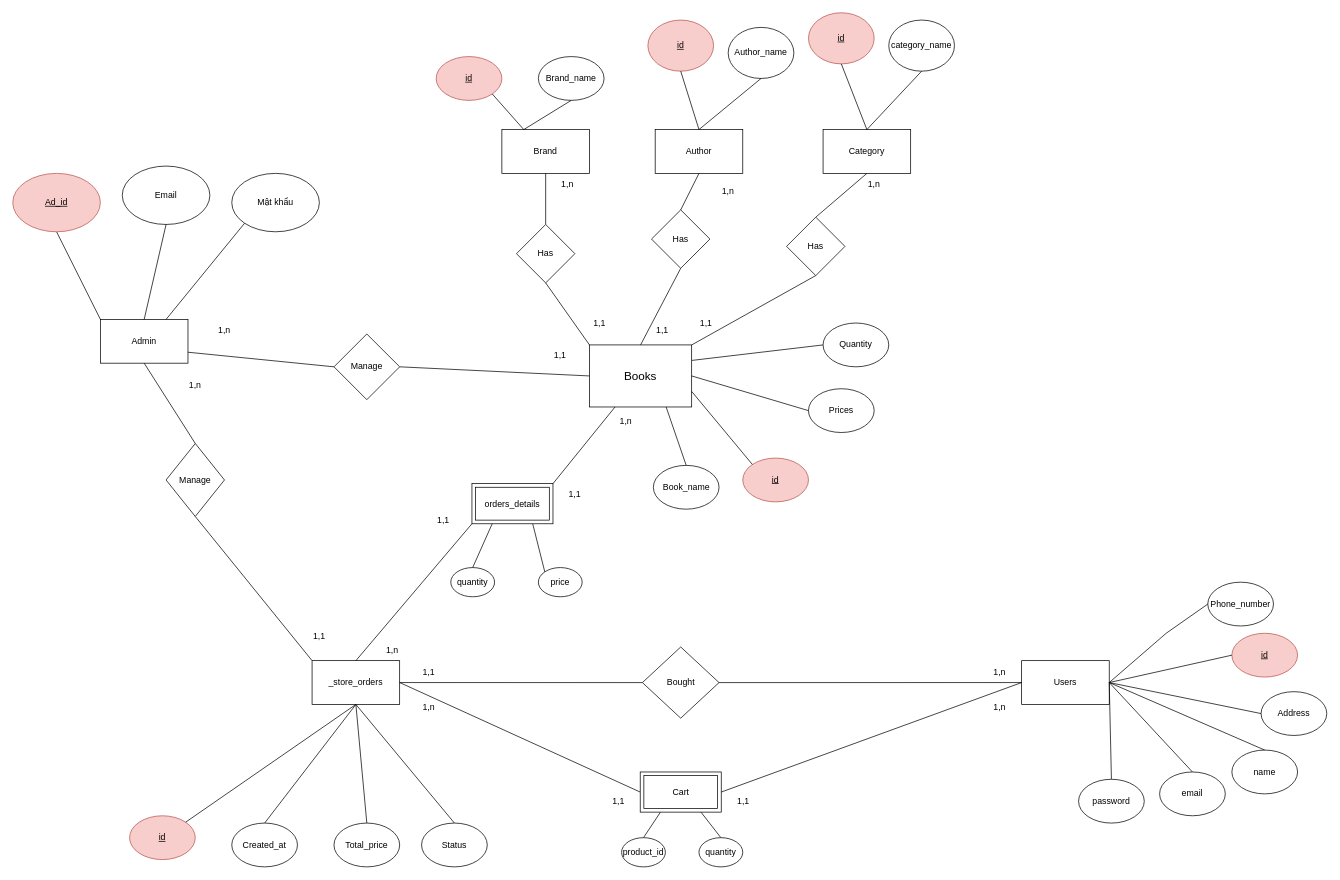
This is Bookprj.drawio from khanh8603/khanh8603, a draw.io file, before an edit. Source tidied: cells renumbered, new cells numbered last; positions are measured from the earlier drawing's top-left corner, leaving out a move shared by most shapes. Both pictures are drawn from the tidied source at 73%, with x=0, y=0 at pixel (12, 12).
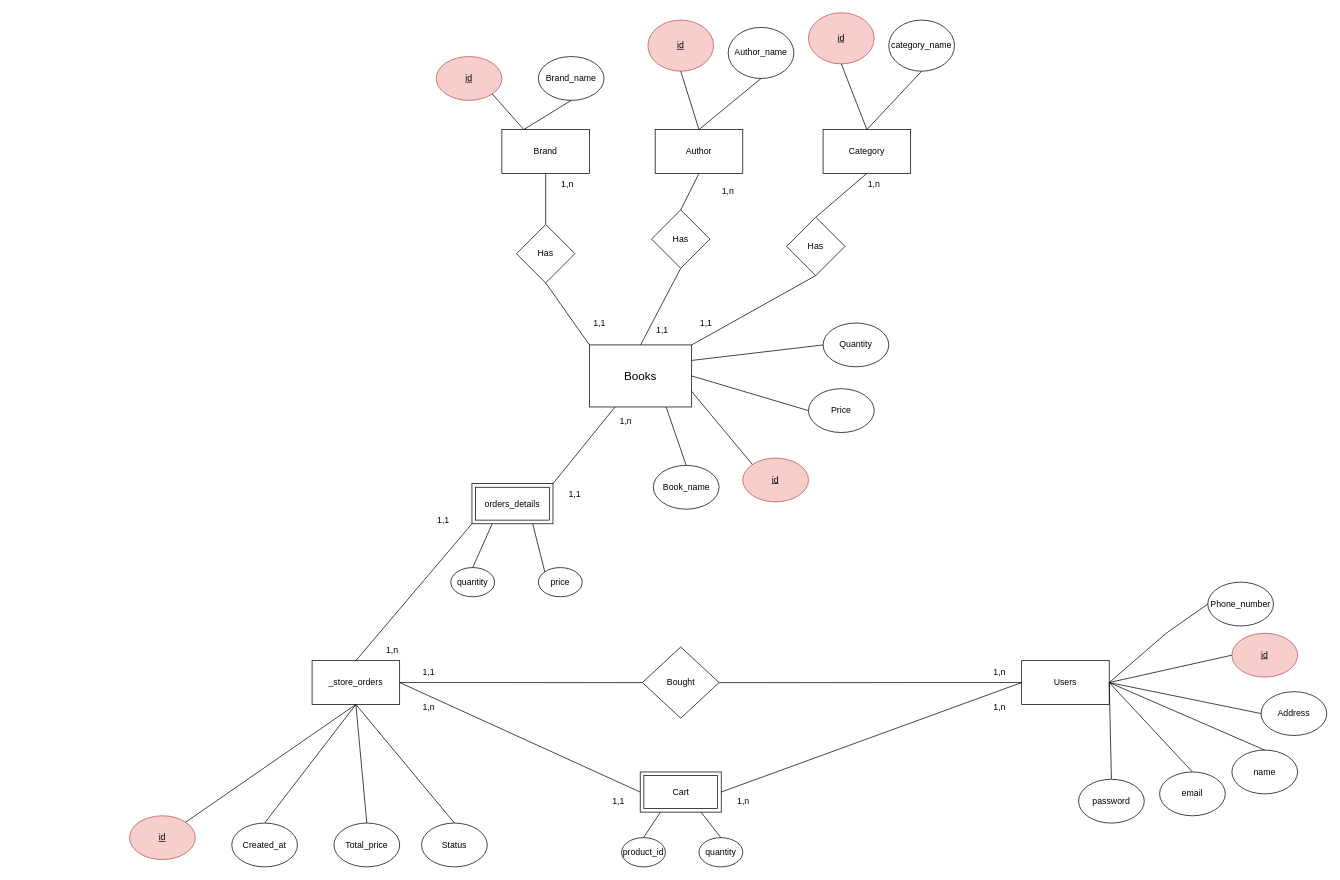
Above is the later version.

Commit message:
Cập nhật Bookprj.drawio

Unchanged cells that the change refers to:
```xml
<mxCell id="4" value="&lt;font style=&quot;font-size: 16px;&quot;&gt;Books&lt;/font&gt;" style="rounded=0;whiteSpace=wrap;html=1;" parent="1" vertex="1">
  <mxGeometry x="790" y="455" width="140" height="85" as="geometry" />
</mxCell>
<mxCell id="6" value="_store_orders" style="rounded=0;whiteSpace=wrap;html=1;" parent="1" vertex="1">
  <mxGeometry x="410" y="887.5" width="120" height="60" as="geometry" />
</mxCell>
```

Diff of the diagram source:
```diff
@@
-    <mxCell id="46" value="Admin" style="rounded=0;whiteSpace=wrap;html=1;" parent="1" vertex="1">
-      <mxGeometry x="120" y="420" width="120" height="60" as="geometry" />
-    </mxCell>
-    <mxCell id="47" style="endArrow=none;html=1;rounded=0;exitX=0;exitY=0;exitDx=0;exitDy=0;entryX=0.5;entryY=1;entryDx=0;entryDy=0;" parent="1" edge="1" source="46" target="48">
-      <mxGeometry relative="1" as="geometry" />
-    </mxCell>
-    <mxCell id="48" value="&lt;u&gt;Ad_id&lt;/u&gt;" style="ellipse;whiteSpace=wrap;html=1;fillColor=#f8cecc;strokeColor=#b85450;" parent="1" vertex="1">
-      <mxGeometry y="220" width="120" height="80" as="geometry" />
-    </mxCell>
-    <mxCell id="49" value="Email" style="ellipse;whiteSpace=wrap;html=1;" parent="1" vertex="1">
-      <mxGeometry x="150" y="210" width="120" height="80" as="geometry" />
-    </mxCell>
-    <mxCell id="50" style="endArrow=none;html=1;rounded=0;entryX=0.5;entryY=1;entryDx=0;entryDy=0;exitX=0.5;exitY=0;exitDx=0;exitDy=0;" parent="1" edge="1" source="46" target="49">
-      <mxGeometry relative="1" as="geometry" />
-    </mxCell>
-    <mxCell id="51" value="Mật khẩu" style="ellipse;whiteSpace=wrap;html=1;" parent="1" vertex="1">
-      <mxGeometry x="300" y="220" width="120" height="80" as="geometry" />
-    </mxCell>
-    <mxCell id="52" style="endArrow=none;html=1;rounded=0;exitX=0.75;exitY=0;exitDx=0;exitDy=0;entryX=0;entryY=1;entryDx=0;entryDy=0;" parent="1" edge="1" source="46" target="51">
-      <mxGeometry relative="1" as="geometry" />
-    </mxCell>
-    <mxCell id="53" style="endArrow=none;html=1;rounded=0;entryX=0.5;entryY=1;entryDx=0;entryDy=0;exitX=0.5;exitY=0;exitDx=0;exitDy=0;startArrow=none;" parent="1" edge="1" source="56" target="46">
-      <mxGeometry relative="1" as="geometry" />
-    </mxCell>
-    <mxCell id="54" style="endArrow=none;html=1;rounded=0;entryX=1;entryY=0.75;entryDx=0;entryDy=0;exitX=0;exitY=0.5;exitDx=0;exitDy=0;startArrow=none;" parent="1" edge="1" source="58" target="46">
-      <mxGeometry relative="1" as="geometry" />
-    </mxCell>
-    <mxCell id="55" style="endArrow=none;html=1;rounded=0;entryX=0.5;entryY=1;entryDx=0;entryDy=0;exitX=0;exitY=0;exitDx=0;exitDy=0;" parent="1" edge="1" source="6" target="56">
-      <mxGeometry relative="1" as="geometry" />
-    </mxCell>
-    <mxCell id="56" value="Manage" style="rhombus;whiteSpace=wrap;html=1;" parent="1" vertex="1">
-      <mxGeometry x="210" y="590" width="80" height="100" as="geometry" />
-    </mxCell>
-    <mxCell id="57" style="endArrow=none;html=1;rounded=0;entryX=1;entryY=0.5;entryDx=0;entryDy=0;exitX=0;exitY=0.5;exitDx=0;exitDy=0;" parent="1" edge="1" source="4" target="58">
-      <mxGeometry relative="1" as="geometry" />
-    </mxCell>
-    <mxCell id="58" value="Manage" style="rhombus;whiteSpace=wrap;html=1;" parent="1" vertex="1">
-      <mxGeometry x="440" y="440" width="90" height="90" as="geometry" />
-    </mxCell>
@@
-    <mxCell id="60" value="1,n" style="text;html=1;strokeColor=none;fillColor=none;align=center;verticalAlign=middle;whiteSpace=wrap;rounded=0;" parent="1" vertex="1">
-      <mxGeometry x="260" y="420" width="60" height="30" as="geometry" />
-    </mxCell>
-    <mxCell id="61" value="1,n" style="text;html=1;strokeColor=none;fillColor=none;align=center;verticalAlign=middle;whiteSpace=wrap;rounded=0;" parent="1" vertex="1">
-      <mxGeometry x="220" y="496" width="60" height="30" as="geometry" />
-    </mxCell>
-    <mxCell id="62" value="1,1" style="text;html=1;strokeColor=none;fillColor=none;align=center;verticalAlign=middle;whiteSpace=wrap;rounded=0;" parent="1" vertex="1">
-      <mxGeometry x="390" y="839" width="60" height="30" as="geometry" />
-    </mxCell>
-    <mxCell id="63" value="1,1" style="text;html=1;strokeColor=none;fillColor=none;align=center;verticalAlign=middle;whiteSpace=wrap;rounded=0;" parent="1" vertex="1">
-      <mxGeometry x="720" y="455" width="60" height="30" as="geometry" />
-    </mxCell>
@@
-    <mxCell id="75" value="Prices" style="ellipse;whiteSpace=wrap;html=1;" parent="1" vertex="1">
+    <mxCell id="75" value="Price" style="ellipse;whiteSpace=wrap;html=1;" parent="1" vertex="1">
       <mxGeometry x="1090" y="515" width="90" height="60" as="geometry" />
     </mxCell>
@@
-    <mxCell id="104" value="1,1" style="text;html=1;strokeColor=none;fillColor=none;align=center;verticalAlign=middle;whiteSpace=wrap;rounded=0;" parent="1" vertex="1">
+    <mxCell id="104" value="1,n" style="text;html=1;strokeColor=none;fillColor=none;align=center;verticalAlign=middle;whiteSpace=wrap;rounded=0;" parent="1" vertex="1">
       <mxGeometry x="970.5" y="1065" width="60" height="30" as="geometry" />
     </mxCell>
```
